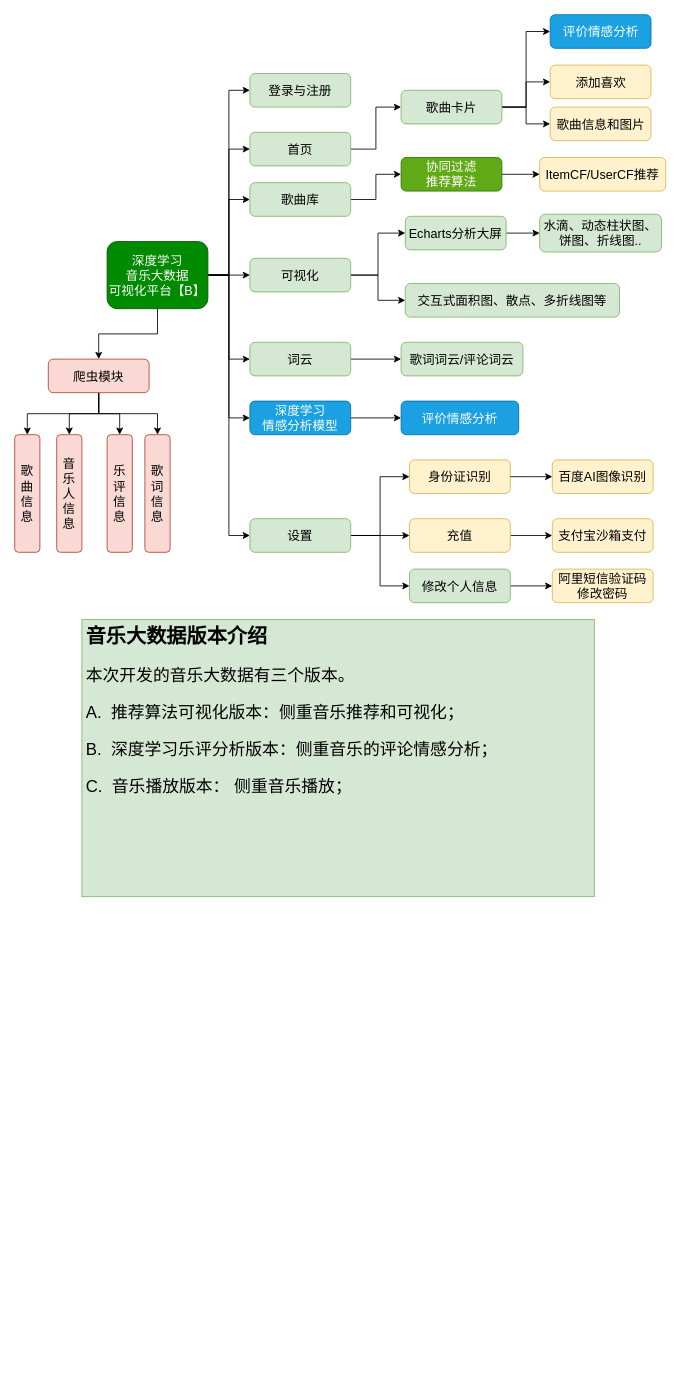
Earlier version of the draw.io diagram flask-音乐大数据【B】.drawio (redcomet88/DRAW). Source tidied: cells renumbered, new cells numbered last; positions are measured from the earlier drawing's top-left corner, leaving out a move shared by most shapes. Both pictures are drawn from the tidied source at 84%, with x=0, y=0 at pixel (14, 14). Pictures stored in the file or linked from it are replaced by grey dashed boxes.
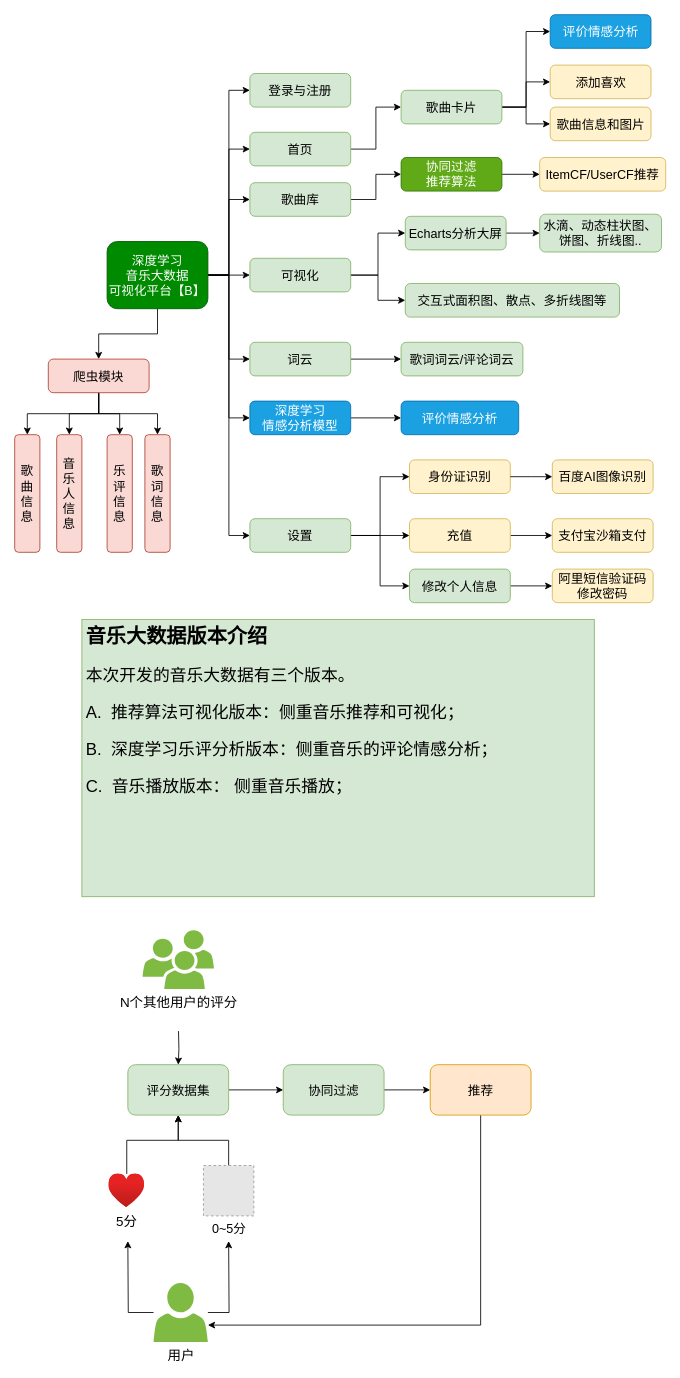
The same page after the edit.

Commit message:
Update flask-音乐大数据【B】.drawio

Change to the diagram source:
```diff
@@
+    <mxCell id="62" style="edgeStyle=orthogonalEdgeStyle;rounded=0;jettySize=auto;html=1;exitX=1;exitY=0.5;exitDx=0;exitDy=0;entryX=0;entryY=0.5;entryDx=0;entryDy=0;fontSize=15;" parent="1" edge="1" source="63" target="65">
+      <mxGeometry relative="1" as="geometry" />
+    </mxCell>
+    <mxCell id="63" value="评分数据集" style="rounded=1;whiteSpace=wrap;html=1;fontSize=15;fillColor=#d5e8d4;strokeColor=#82b366;" parent="1" vertex="1">
+      <mxGeometry x="134.7" y="1250" width="120" height="60" as="geometry" />
+    </mxCell>
+    <mxCell id="64" style="edgeStyle=orthogonalEdgeStyle;rounded=0;jettySize=auto;html=1;exitX=1;exitY=0.5;exitDx=0;exitDy=0;entryX=0;entryY=0.5;entryDx=0;entryDy=0;fontSize=15;" parent="1" edge="1" source="65" target="67">
+      <mxGeometry relative="1" as="geometry" />
+    </mxCell>
+    <mxCell id="65" value="协同过滤" style="rounded=1;whiteSpace=wrap;html=1;fontSize=15;fillColor=#d5e8d4;strokeColor=#82b366;" parent="1" vertex="1">
+      <mxGeometry x="319.7" y="1250" width="120" height="60" as="geometry" />
+    </mxCell>
+    <mxCell id="66" style="edgeStyle=orthogonalEdgeStyle;rounded=0;jettySize=auto;html=1;exitX=0.5;exitY=1;exitDx=0;exitDy=0;fontSize=16;" parent="1" edge="1" source="67" target="74">
+      <mxGeometry relative="1" as="geometry">
+        <Array as="points">
+          <mxPoint x="554.7" y="1560" />
+        </Array>
+      </mxGeometry>
+    </mxCell>
+    <mxCell id="67" value="推荐" style="rounded=1;whiteSpace=wrap;html=1;fontSize=15;fillColor=#ffe6cc;strokeColor=#d79b00;" parent="1" vertex="1">
+      <mxGeometry x="494.7" y="1250" width="120" height="60" as="geometry" />
+    </mxCell>
+    <mxCell id="68" style="edgeStyle=orthogonalEdgeStyle;rounded=0;jettySize=auto;html=1;entryX=0.5;entryY=1;entryDx=0;entryDy=0;fontSize=16;" parent="1" edge="1" source="69" target="63">
+      <mxGeometry relative="1" as="geometry">
+        <Array as="points">
+          <mxPoint x="133.7" y="1340" />
+          <mxPoint x="194.7" y="1340" />
+        </Array>
+      </mxGeometry>
+    </mxCell>
+    <mxCell id="69" value="5分" style="html=1;points=[];align=center;image;fontSize=16;image=img/lib/azure2/general/Heart.svg;" parent="1" vertex="1">
+      <mxGeometry x="112" y="1380" width="42.7" height="40" as="geometry" />
+    </mxCell>
+    <mxCell id="70" style="edgeStyle=orthogonalEdgeStyle;rounded=0;jettySize=auto;html=1;entryX=0.5;entryY=1;entryDx=0;entryDy=0;fontSize=16;" parent="1" edge="1" source="71" target="63">
+      <mxGeometry relative="1" as="geometry">
+        <Array as="points">
+          <mxPoint x="254.7" y="1340" />
+          <mxPoint x="194.7" y="1340" />
+        </Array>
+      </mxGeometry>
+    </mxCell>
+    <mxCell id="71" value="0~5分" style="fillColor=#E6E6E6;strokeColor=#999999;dashed=1;html=1;verticalAlign=top;verticalLabelPosition=bottom;labelBackgroundColor=#ffffff;fontSize=15;" parent="1" vertex="1">
+      <mxGeometry x="224.7" y="1370" width="60" height="60" as="geometry" />
+    </mxCell>
+    <mxCell id="72" style="edgeStyle=orthogonalEdgeStyle;rounded=0;jettySize=auto;html=1;fontSize=16;" parent="1" edge="1" source="74">
+      <mxGeometry relative="1" as="geometry">
+        <mxPoint x="254.7" y="1460" as="targetPoint" />
+      </mxGeometry>
+    </mxCell>
+    <mxCell id="73" style="edgeStyle=orthogonalEdgeStyle;rounded=0;jettySize=auto;html=1;fontSize=16;" parent="1" edge="1" source="74">
+      <mxGeometry relative="1" as="geometry">
+        <mxPoint x="134.7" y="1460" as="targetPoint" />
+      </mxGeometry>
+    </mxCell>
+    <mxCell id="74" value="用户" style="sketch=0;shadow=0;dashed=0;html=1;strokeColor=none;labelPosition=center;verticalLabelPosition=bottom;verticalAlign=top;outlineConnect=0;align=center;shape=mxgraph.office.users.user;fillColor=#7FBA42;fontSize=16;" parent="1" vertex="1">
+      <mxGeometry x="165.3" y="1510" width="64.7" height="70" as="geometry" />
+    </mxCell>
+    <mxCell id="75" style="edgeStyle=orthogonalEdgeStyle;rounded=0;jettySize=auto;html=1;fontSize=16;" parent="1" edge="1" target="63">
+      <mxGeometry relative="1" as="geometry">
+        <mxPoint x="195" y="1210" as="sourcePoint" />
+      </mxGeometry>
+    </mxCell>
+    <mxCell id="76" value="N个其他用户的评分" style="sketch=0;shadow=0;dashed=0;html=1;strokeColor=none;labelPosition=center;verticalLabelPosition=bottom;verticalAlign=top;align=center;shape=mxgraph.office.users.users;fillColor=#7FBA42;fontSize=16;" parent="1" vertex="1">
+      <mxGeometry x="152.2" y="1090" width="85" height="70" as="geometry" />
+    </mxCell>
```
